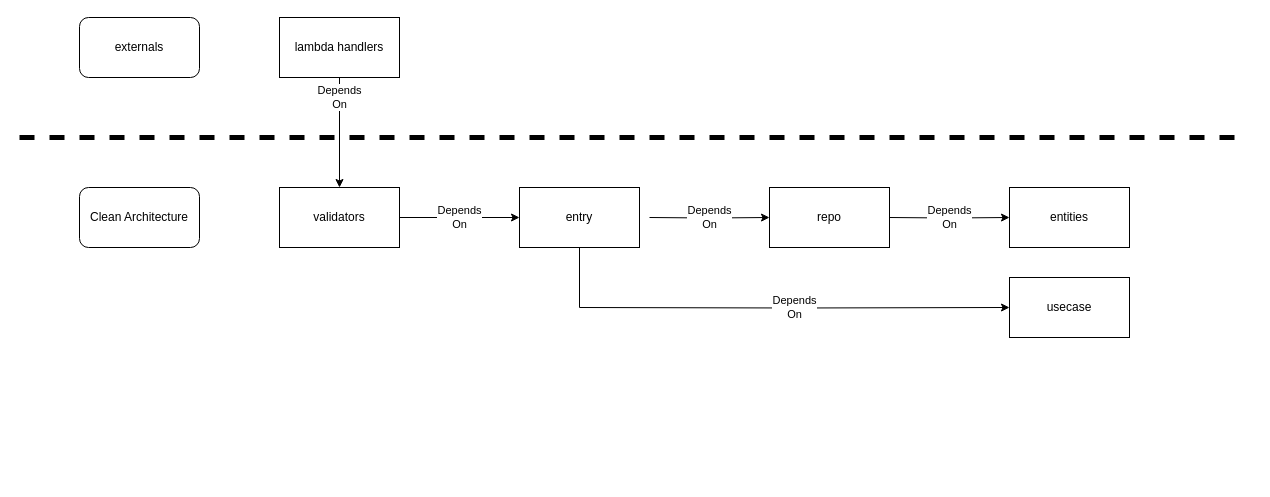
Above: page "layer_dependency_structure" (3 of 3) of clean_architecture/software_design.drawio in rrigato/architecture (draw.io), before the change. Source tidied: cells renumbered, new cells numbered last; positions are measured from the earlier drawing's top-left corner, leaving out a move shared by most shapes. Both pictures are drawn from the tidied source at 100%, with x=0, y=0 at pixel (19, 17).
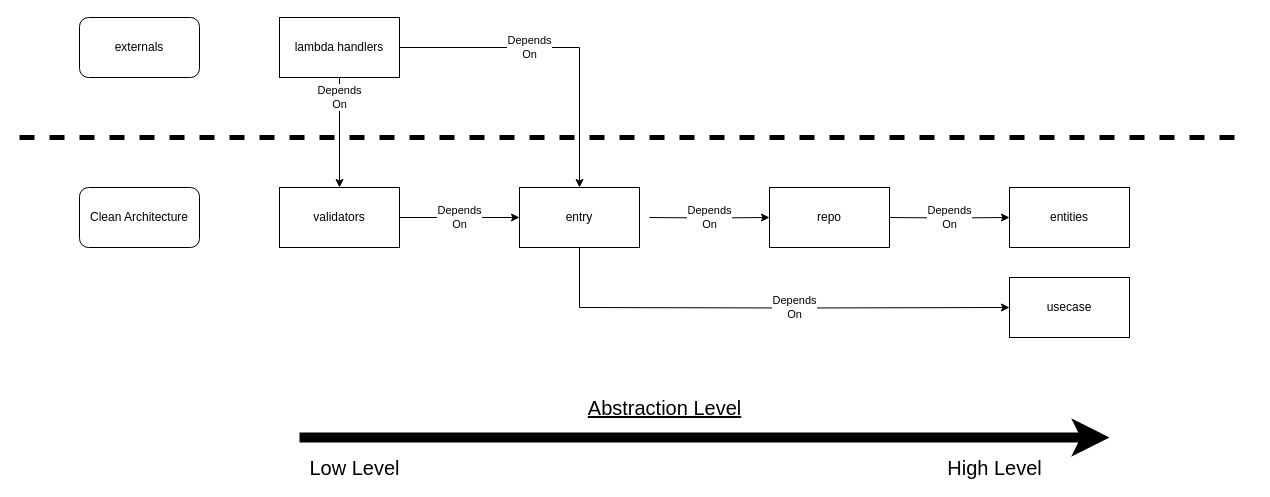
After the change.

Unchanged cells that the change refers to:
```xml
<mxCell id="3" value="lambda handlers" style="rounded=0;whiteSpace=wrap;html=1;" parent="1" vertex="1">
  <mxGeometry x="260" width="120" height="60" as="geometry" />
</mxCell>
<mxCell id="6" value="entry" style="rounded=0;whiteSpace=wrap;html=1;" parent="1" vertex="1">
  <mxGeometry x="500" y="170" width="120" height="60" as="geometry" />
</mxCell>
```

The edit, as a diff of the source:
```diff
@@
+    <mxCell id="17" style="endArrow=classic;html=1;strokeWidth=10;" parent="1" edge="1">
+      <mxGeometry relative="1" as="geometry">
+        <mxPoint x="280" y="420" as="sourcePoint" />
+        <mxPoint x="1090" y="420" as="targetPoint" />
+        <Array as="points">
+          <mxPoint x="780" y="420" />
+        </Array>
+      </mxGeometry>
+    </mxCell>
+    <mxCell id="18" value="&lt;font style=&quot;font-size: 20px&quot;&gt;&lt;u&gt;Abstraction Level&lt;/u&gt;&lt;/font&gt;" style="text;html=1;align=center;verticalAlign=middle;strokeColor=none;" parent="1" vertex="1">
+      <mxGeometry x="560" y="380" width="170" height="20" as="geometry" />
+    </mxCell>
+    <mxCell id="19" value="&lt;font style=&quot;font-size: 20px&quot;&gt;Low Level&lt;/font&gt;" style="text;html=1;align=center;verticalAlign=middle;strokeColor=none;" parent="1" vertex="1">
+      <mxGeometry x="280" y="440" width="110" height="20" as="geometry" />
+    </mxCell>
+    <mxCell id="20" value="&lt;font style=&quot;font-size: 20px&quot;&gt;High Level&lt;/font&gt;" style="text;html=1;align=center;verticalAlign=middle;strokeColor=none;" parent="1" vertex="1">
+      <mxGeometry x="920" y="440" width="110" height="20" as="geometry" />
+    </mxCell>
+    <mxCell id="21" value="Depends&lt;br&gt;On" style="edgeStyle=orthogonalEdgeStyle;rounded=0;jettySize=auto;html=1;exitX=1;exitY=0.5;exitDx=0;exitDy=0;" parent="1" edge="1" source="3" target="6">
+      <mxGeometry x="-0.19" relative="1" as="geometry" />
+    </mxCell>
```
